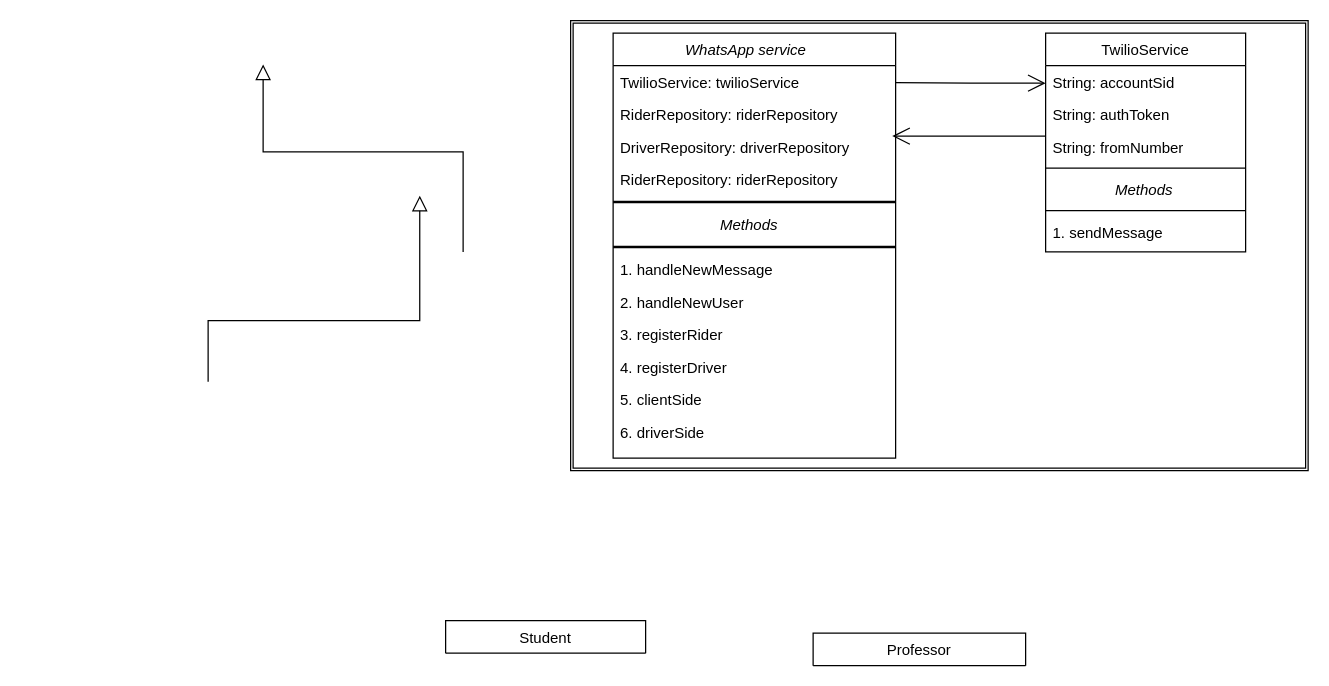
Above: organizing classes.drawio in sbonga04/welaCab (draw.io), before the change. Source tidied: cells renumbered, new cells numbered last; positions are measured from the earlier drawing's top-left corner, leaving out a move shared by most shapes. Both pictures are drawn from the tidied source at 125%, with x=0, y=0 at pixel (208, 20).
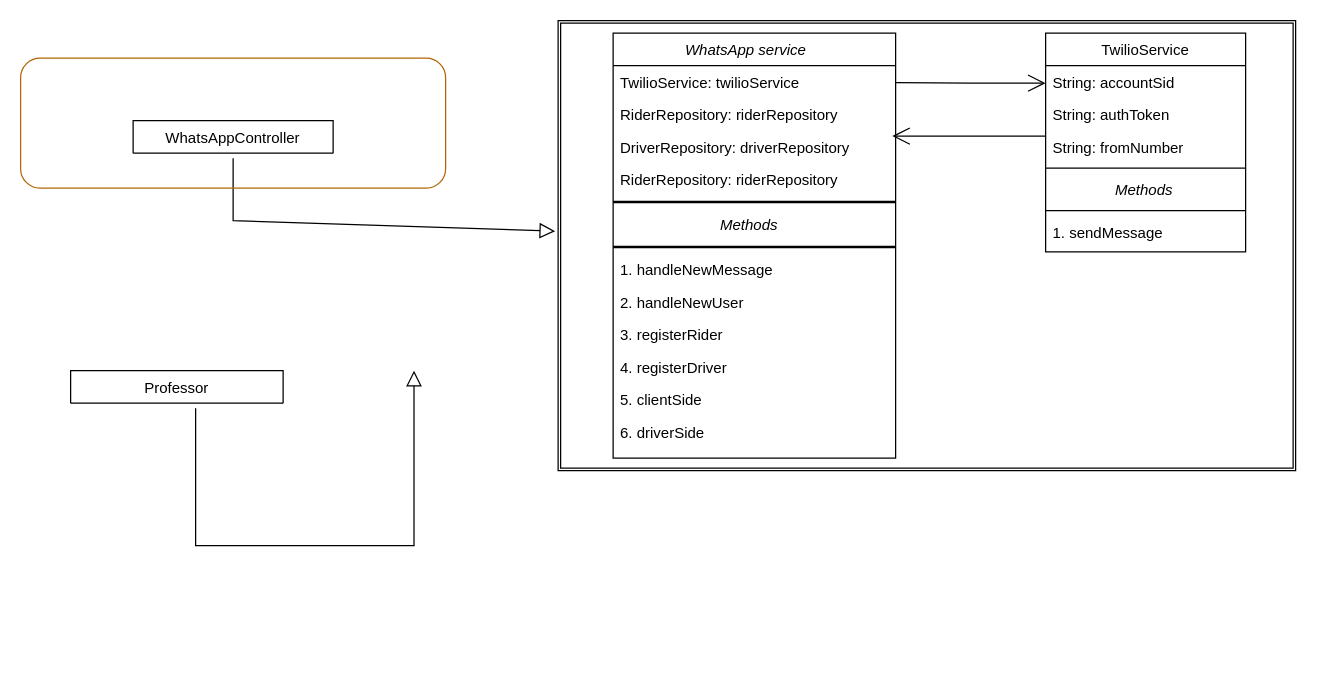
The same diagram, later.

Diff of the diagram source:
```diff
@@
-    <mxCell id="16" value="Student" style="swimlane;fontStyle=0;align=center;verticalAlign=top;horizontal=1;startSize=26;rounded=0;shadow=0;strokeWidth=1;" parent="1" vertex="1" collapsed="1">
-      <mxGeometry x="190" y="480" width="160" height="26" as="geometry" />
+    <mxCell id="16" value="WhatsAppController" style="swimlane;fontStyle=0;align=center;verticalAlign=top;horizontal=1;startSize=26;rounded=0;shadow=0;strokeWidth=1;" parent="1" vertex="1" collapsed="1">
+      <mxGeometry x="-60" y="80" width="160" height="26" as="geometry" />
     </mxCell>
-    <mxCell id="17" style="endArrow=block;endSize=10;endFill=0;shadow=0;strokeWidth=1;rounded=0;curved=0;edgeStyle=elbowEdgeStyle;elbow=vertical;exitX=0.298;exitY=-0.046;exitDx=0;exitDy=0;exitPerimeter=0;" parent="1" edge="1">
+    <mxCell id="17" style="endArrow=block;endSize=10;endFill=0;shadow=0;strokeWidth=1;rounded=0;curved=0;edgeStyle=elbowEdgeStyle;elbow=vertical;" parent="1" edge="1">
       <mxGeometry relative="1" as="geometry">
-        <mxPoint y="288.8" as="sourcePoint" />
-        <mxPoint x="169.3" y="140" as="targetPoint" />
+        <mxPoint x="-10" y="310" as="sourcePoint" />
+        <mxPoint x="164.7" y="280" as="targetPoint" />
         <Array as="points">
-          <mxPoint x="162.3" y="240" />
-          <mxPoint x="82.3" y="210" />
-          <mxPoint x="102.3" y="210" />
+          <mxPoint x="164.7" y="420" />
+          <mxPoint x="-12.3" y="610" />
+          <mxPoint x="-92.3" y="580" />
+          <mxPoint x="-72.3" y="580" />
         </Array>
       </mxGeometry>
     </mxCell>
     <mxCell id="18" value="Professor" style="swimlane;fontStyle=0;align=center;verticalAlign=top;horizontal=1;startSize=26;rounded=0;shadow=0;strokeWidth=1;" parent="1" vertex="1" collapsed="1">
-      <mxGeometry x="484" y="490" width="170" height="26" as="geometry" />
+      <mxGeometry x="-110" y="280" width="170" height="26" as="geometry" />
     </mxCell>
-    <mxCell id="19" style="endArrow=block;endSize=10;endFill=0;shadow=0;strokeWidth=1;rounded=0;curved=0;edgeStyle=elbowEdgeStyle;elbow=vertical;" parent="1" edge="1">
+    <mxCell id="19" style="endArrow=block;endSize=10;endFill=0;shadow=0;strokeWidth=1;rounded=0;elbow=vertical;entryX=-0.004;entryY=0.468;entryDx=0;entryDy=0;entryPerimeter=0;" parent="1" edge="1" target="30">
       <mxGeometry relative="1" as="geometry">
-        <mxPoint x="204" y="185" as="sourcePoint" />
-        <mxPoint x="44" y="35" as="targetPoint" />
+        <mxPoint x="20" y="160" as="sourcePoint" />
         <Array as="points">
-          <mxPoint x="44" y="105" />
-          <mxPoint x="78" y="135" />
+          <mxPoint x="20" y="110" />
+          <mxPoint x="20" y="160" />
         </Array>
       </mxGeometry>
     </mxCell>
@@
     <mxCell id="30" style="shape=ext;double=1;rounded=0;whiteSpace=wrap;html=1;fillColor=none;strokeColor=light-dark(#000000,#0DD95F);" parent="1" vertex="1">
-      <mxGeometry x="290" width="590" height="360" as="geometry" />
+      <mxGeometry x="280" width="590" height="360" as="geometry" />
     </mxCell>
+    <mxCell id="31" style="rounded=1;whiteSpace=wrap;html=1;fillColor=none;strokeColor=#b46504;fontColor=light-dark(#000000,#FFE227);fontStyle=1;" parent="1" vertex="1">
+      <mxGeometry x="-150" y="30" width="340" height="104" as="geometry" />
+    </mxCell>
```
